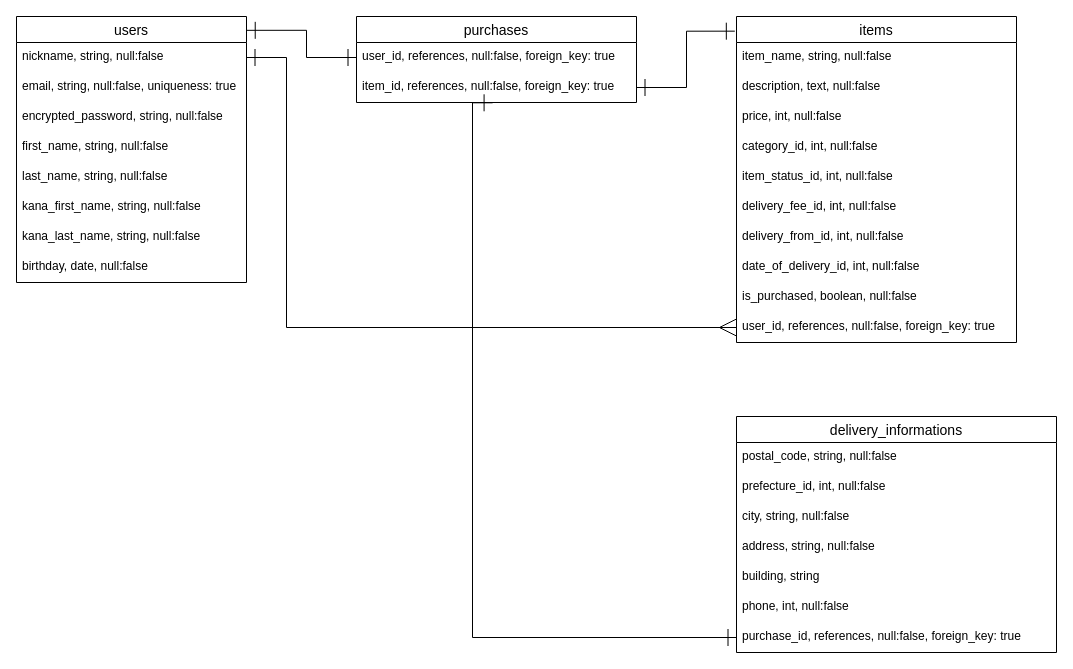
Above: database_ER.dio in tomo1107/furima-35073 (draw.io), before the change. Source tidied: cells renumbered, new cells numbered last; positions are measured from the earlier drawing's top-left corner, leaving out a move shared by most shapes. Both pictures are drawn from the tidied source at 100%, with x=0, y=0 at pixel (16, 16).
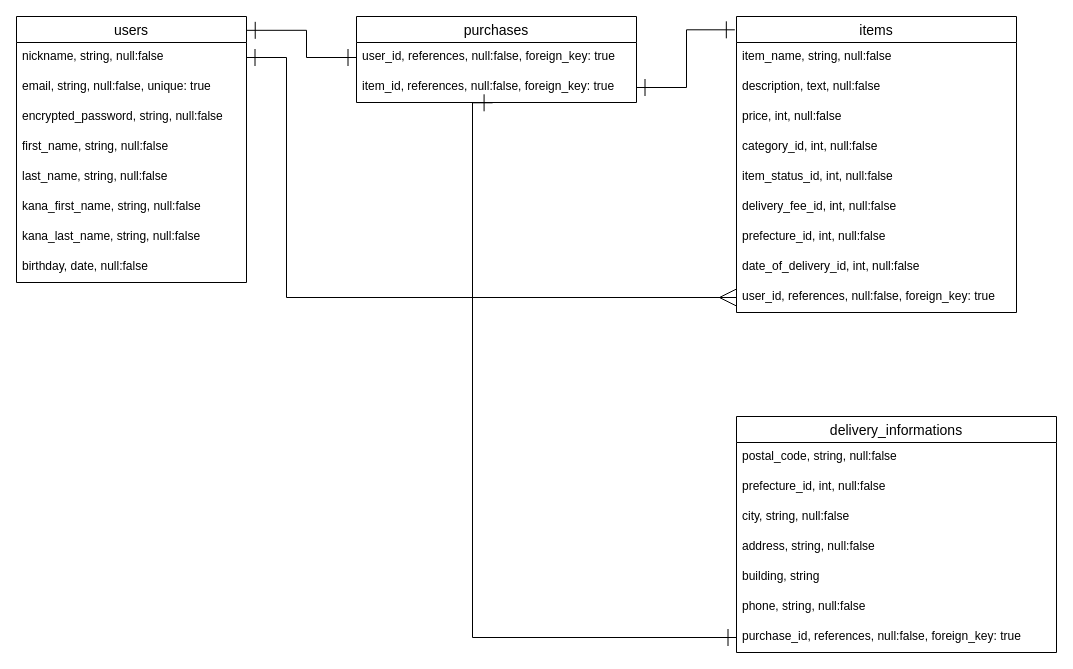
The same page after the edit.

Unchanged cells that the change refers to:
```xml
<mxCell id="13" value="users" style="swimlane;fontStyle=0;horizontal=1;startSize=26;align=center;fontSize=14;" parent="1" vertex="1">
  <mxGeometry width="230" height="266" as="geometry" />
</mxCell>
<mxCell id="14" value="nickname, string, null:false" style="text;strokeColor=none;fillColor=none;spacingLeft=4;spacingRight=4;overflow=hidden;points=[[0,0.5],[1,0.5]];portConstraint=eastwest;fontSize=12;" parent="13" vertex="1">
  <mxGeometry y="26" width="230" height="30" as="geometry" />
</mxCell>
<mxCell id="22" value="delivery_informations" style="swimlane;fontStyle=0;horizontal=1;startSize=26;align=center;fontSize=14;" parent="1" vertex="1">
  <mxGeometry x="720" y="400" width="320" height="236" as="geometry" />
</mxCell>
```

The edit, as a diff of the source:
```diff
@@
     <mxCell id="2" value="items" style="swimlane;fontStyle=0;horizontal=1;startSize=26;align=center;fontSize=14;" parent="1" vertex="1">
-      <mxGeometry x="720" width="280" height="326" as="geometry" />
+      <mxGeometry x="720" width="280" height="296" as="geometry" />
     </mxCell>
@@
-    <mxCell id="9" value="delivery_from_id, int, null:false" style="text;strokeColor=none;fillColor=none;spacingLeft=4;spacingRight=4;overflow=hidden;fontSize=12;" parent="2" vertex="1">
+    <mxCell id="9" value="prefecture_id, int, null:false" style="text;strokeColor=none;fillColor=none;spacingLeft=4;spacingRight=4;overflow=hidden;fontSize=12;" parent="2" vertex="1">
       <mxGeometry y="206" width="280" height="30" as="geometry" />
     </mxCell>
@@
-    <mxCell id="11" value="is_purchased, boolean, null:false" style="text;strokeColor=none;fillColor=none;spacingLeft=4;spacingRight=4;overflow=hidden;fontSize=12;" parent="2" vertex="1">
-      <mxGeometry y="266" width="280" height="30" as="geometry" />
-    </mxCell>
     <mxCell id="12" value="user_id, references, null:false, foreign_key: true" style="text;strokeColor=none;fillColor=none;spacingLeft=4;spacingRight=4;overflow=hidden;points=[[0,0.5],[1,0.5]];portConstraint=eastwest;fontSize=12;" parent="2" vertex="1">
-      <mxGeometry y="296" width="280" height="30" as="geometry" />
+      <mxGeometry y="266" width="280" height="30" as="geometry" />
     </mxCell>
@@
-    <mxCell id="15" value="email, string, null:false, uniqueness: true" style="text;strokeColor=none;fillColor=none;spacingLeft=4;spacingRight=4;overflow=hidden;fontSize=12;" parent="13" vertex="1">
+    <mxCell id="15" value="email, string, null:false, unique: true" style="text;strokeColor=none;fillColor=none;spacingLeft=4;spacingRight=4;overflow=hidden;fontSize=12;" parent="13" vertex="1">
       <mxGeometry y="56" width="230" height="30" as="geometry" />
     </mxCell>
@@
-    <mxCell id="28" value="phone, int, null:false" style="text;strokeColor=none;fillColor=none;spacingLeft=4;spacingRight=4;overflow=hidden;fontSize=12;" parent="22" vertex="1">
+    <mxCell id="28" value="phone, string, null:false" style="text;strokeColor=none;fillColor=none;spacingLeft=4;spacingRight=4;overflow=hidden;fontSize=12;" parent="22" vertex="1">
       <mxGeometry y="176" width="320" height="30" as="geometry" />
     </mxCell>
@@
     <mxCell id="30" style="endArrow=ERmany;html=1;rounded=0;entryX=0;entryY=0.5;entryDx=0;entryDy=0;edgeStyle=orthogonalEdgeStyle;startArrow=ERone;startFill=0;endFill=0;endSize=15;startSize=15;targetPerimeterSpacing=0;exitX=1;exitY=0.5;exitDx=0;exitDy=0;" parent="1" edge="1" source="14" target="12">
       <mxGeometry relative="1" as="geometry">
         <Array as="points">
           <mxPoint x="270" y="41" />
-          <mxPoint x="270" y="311" />
+          <mxPoint x="270" y="281" />
         </Array>
       </mxGeometry>
     </mxCell>
```
